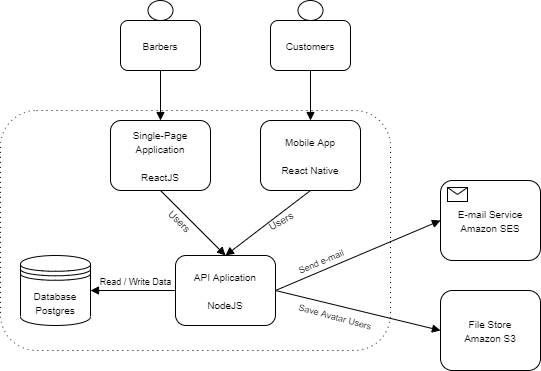
This is GoBarber Arch.png from kielkow/GoBarber-2.0-Back-end, a draw.io export, as it was before one commit. Source tidied: cells renumbered, new cells last; positions are measured from the earlier drawing's top-left corner, leaving out a move shared by most shapes.
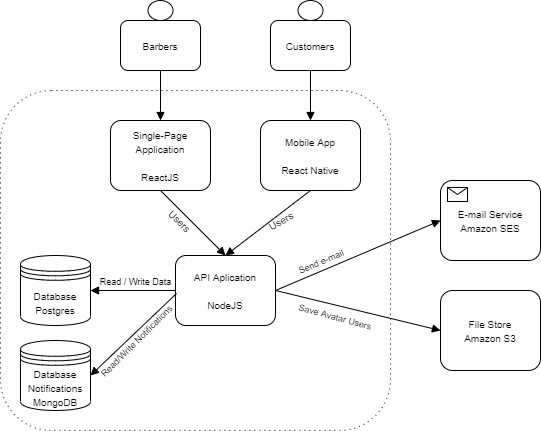
After the change.

The edit, as a diff of the source:
```diff
@@ -3,7 +3,7 @@
     <mxCell id="0" />
     <mxCell id="1" parent="0" />
     <mxCell id="2" style="shape=ext;rounded=1;html=1;whiteSpace=wrap;dashed=1;dashPattern=1 4;" parent="1" vertex="1">
-      <mxGeometry y="110" width="390" height="240" as="geometry" />
+      <mxGeometry y="90" width="390" height="340" as="geometry" />
     </mxCell>
     <mxCell id="3" value="&lt;font style=&quot;font-size: 10px&quot;&gt;E-mail Service&lt;br&gt;Amazon SES&lt;/font&gt;" style="html=1;whiteSpace=wrap;rounded=1;" parent="1" vertex="1">
       <mxGeometry x="440" y="180" width="100" height="80" as="geometry" />
@@ -76,5 +76,14 @@
     <mxCell id="25" style="endArrow=block;endFill=1;endSize=6;html=1;exitX=0.5;exitY=1;exitDx=0;exitDy=0;" parent="1" edge="1" source="24" target="15">
       <mxGeometry relative="1" as="geometry" />
     </mxCell>
+    <mxCell id="26" value="&lt;font style=&quot;font-size: 10px&quot;&gt;Database&lt;br&gt;Notifications&lt;br&gt;MongoDB&lt;br&gt;&lt;/font&gt;" style="shape=datastore;whiteSpace=wrap;html=1;" parent="1" vertex="1">
+      <mxGeometry x="20" y="340" width="70" height="70" as="geometry" />
+    </mxCell>
+    <mxCell id="27" style="endArrow=block;endFill=1;endSize=6;html=1;entryX=1;entryY=0.5;entryDx=0;entryDy=0;exitX=0.956;exitY=1.15;exitDx=0;exitDy=0;exitPerimeter=0;" parent="1" edge="1" source="13" target="26">
+      <mxGeometry relative="1" as="geometry" />
+    </mxCell>
+    <mxCell id="28" value="&lt;font style=&quot;font-size: 9px&quot;&gt;Read/Write Notifications&lt;br&gt;&lt;/font&gt;" style="text;html=1;align=center;verticalAlign=middle;fillColor=none;strokeColor=none;rounded=0;rotation=-45;" parent="1" vertex="1">
+      <mxGeometry x="80" y="330" width="110" height="20" as="geometry" />
+    </mxCell>
   </root>
 </mxGraphModel>
```
